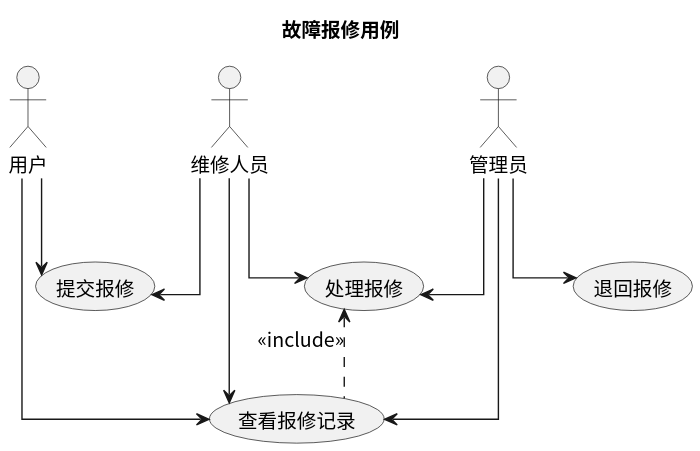
greenhandzdl/charging-station-doc keeps this PlantUML diagram as usecase/docs/backend/img/repair.svg. Above is the earlier version.
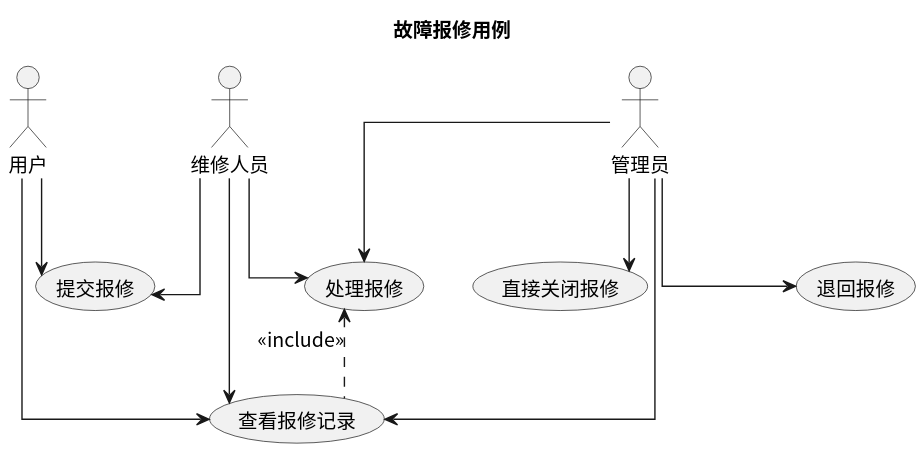
After the change.

The edit, as a diff of the source:
```diff
@@ -10,6 +10,7 @@
 
 (提交报修)
 (处理报修)
+(直接关闭报修)
 (查看报修记录)
 (退回报修)
 
@@ -19,6 +20,7 @@
 M --> 处理报修
 M --> 查看报修记录
 A --> 处理报修
+A --> 直接关闭报修
 A --> 查看报修记录
 A --> 退回报修
 
```
